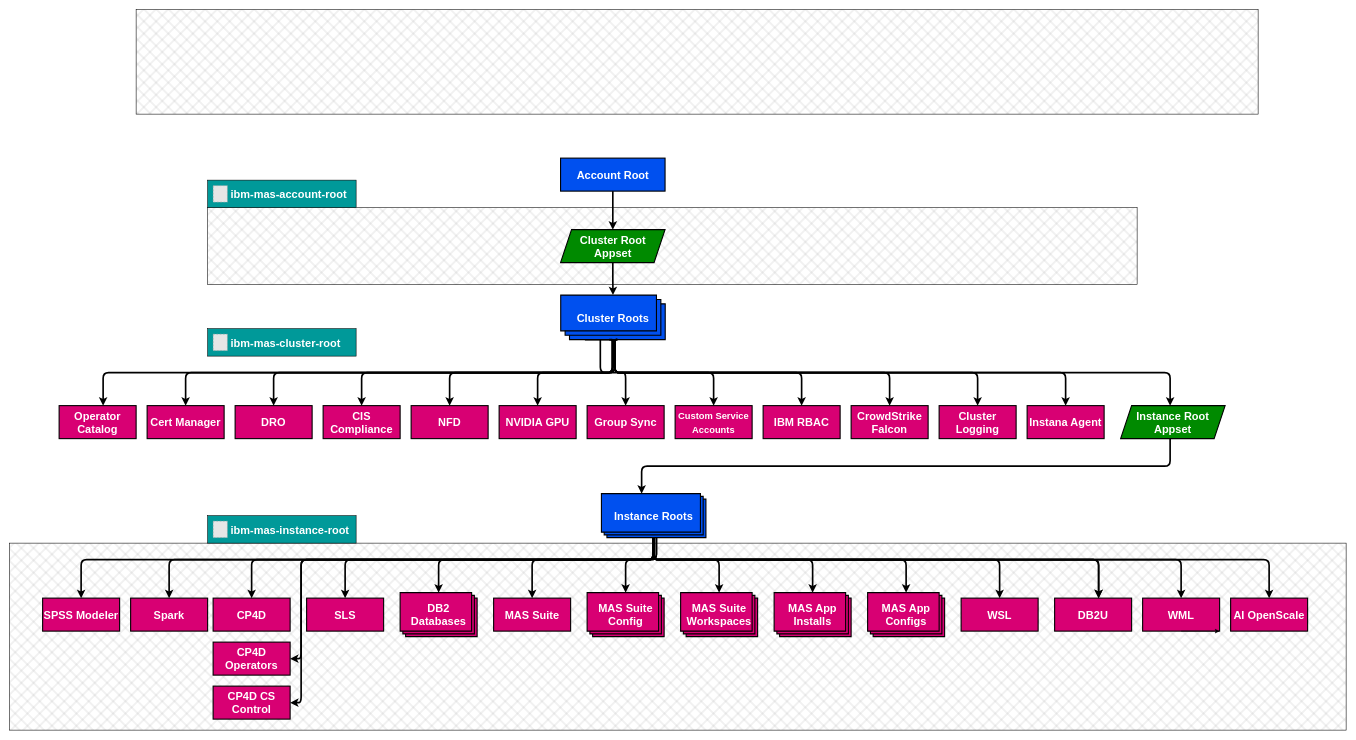
Above: docs/drawio/appstructure.drawio in ibm-mas/gitops (draw.io), before the change. Source tidied: cells renumbered, new cells numbered last; positions are measured from the earlier drawing's top-left corner, leaving out a move shared by most shapes. Both pictures are drawn from the tidied source at 55%, with x=0, y=0 at pixel (9, 9). Pictures stored in the file or linked from it are replaced by grey dashed boxes.
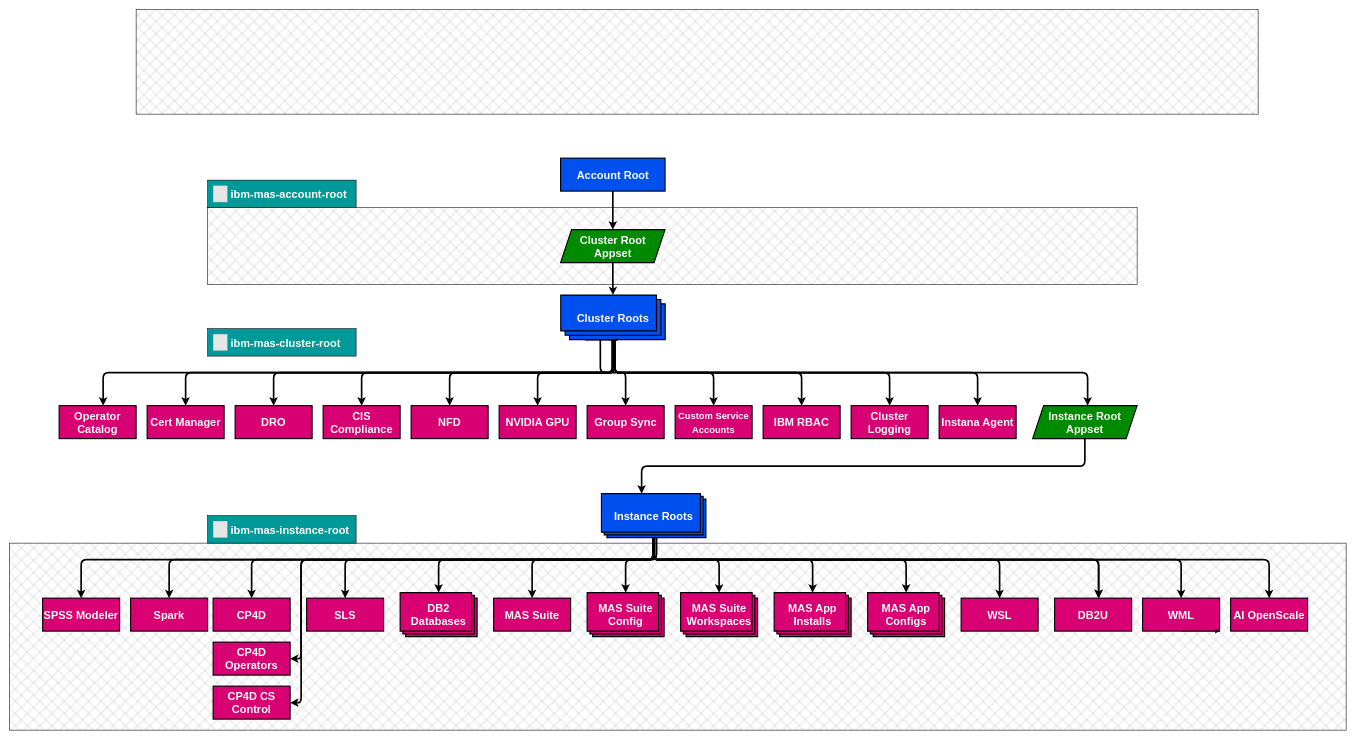
Above is the later version.

Commit message:
update app diagram

Unchanged cells that the change refers to:
```xml
<mxCell id="25" value="&lt;span style=&quot;color: rgb(255, 255, 255); font-family: Helvetica; font-size: 20px; font-style: normal; font-variant-ligatures: normal; font-variant-caps: normal; letter-spacing: normal; orphans: 2; text-indent: 0px; text-transform: none; widows: 2; word-spacing: 0px; -webkit-text-stroke-width: 0px; text-decoration-thickness: initial; text-decoration-style: initial; text-decoration-color: initial; float: none; display: inline !important;&quot;&gt;Cluster Roots&lt;/span&gt;" style="verticalLabelPosition=middle;verticalAlign=middle;html=1;shape=mxgraph.basic.layered_rect;dx=15.94;outlineConnect=0;fillColor=#0050ef;fontColor=#ffffff;strokeColor=#000000;labelPosition=center;align=center;labelBackgroundColor=none;whiteSpace=wrap;horizontal=1;fontStyle=1;fontSize=20;strokeWidth=2;spacing=0;" parent="1" vertex="1">
  <mxGeometry x="1002" y="519" width="190" height="81" as="geometry" />
</mxCell>
```

The edit, as a diff of the source:
```diff
@@
-    <mxCell id="8" style="edgeStyle=orthogonalEdgeStyle;html=1;strokeWidth=3;orthogonal=1;strokeColor=#000000;" parent="1" edge="1" source="9">
+    <mxCell id="8" style="edgeStyle=orthogonalEdgeStyle;html=1;strokeWidth=3;orthogonal=1;strokeColor=#000000;exitX=0.5;exitY=1;exitDx=0;exitDy=0;" parent="1" edge="1" source="9">
       <mxGeometry relative="1" as="geometry">
         <mxPoint x="1149.1" y="880" as="targetPoint" />
         <Array as="points">
-          <mxPoint x="2110" y="830" />
+          <mxPoint x="1955" y="830" />
           <mxPoint x="1149" y="830" />
         </Array>
       </mxGeometry>
     </mxCell>
     <mxCell id="9" value="Instance Root Appset" style="shape=parallelogram;perimeter=parallelogramPerimeter;whiteSpace=wrap;html=1;fixedSize=1;fillColor=#008a00;fontColor=#ffffff;strokeColor=#000000;fontStyle=1;fontSize=20;strokeWidth=2;align=center;spacing=0;" parent="1" vertex="1">
-      <mxGeometry x="2020" y="720" width="190" height="60" as="geometry" />
+      <mxGeometry x="1860" y="720" width="190" height="60" as="geometry" />
     </mxCell>
@@
     <mxCell id="24" style="edgeStyle=orthogonalEdgeStyle;html=1;strokeWidth=3;orthogonal=1;strokeColor=#000000;" parent="1" edge="1" target="9">
       <mxGeometry relative="1" as="geometry">
         <mxPoint x="1074" y="599" as="sourcePoint" />
         <Array as="points">
           <mxPoint x="1074" y="660" />
-          <mxPoint x="2110" y="660" />
+          <mxPoint x="1960" y="660" />
         </Array>
       </mxGeometry>
     </mxCell>
@@
-    <mxCell id="68" value="CrowdStrike Falcon" style="rounded=0;whiteSpace=wrap;html=1;fillColor=#d80073;strokeColor=#000000;fontColor=#ffffff;fontStyle=1;fontSize=20;strokeWidth=2;align=center;spacing=0;" parent="1" vertex="1">
-      <mxGeometry x="1530" y="720" width="140" height="60" as="geometry" />
-    </mxCell>
     <mxCell id="69" value="Cluster Logging" style="rounded=0;whiteSpace=wrap;html=1;fillColor=#d80073;strokeColor=#000000;fontColor=#ffffff;fontStyle=1;fontSize=20;strokeWidth=2;align=center;spacing=0;" parent="1" vertex="1">
-      <mxGeometry x="1690" y="720" width="140" height="60" as="geometry" />
+      <mxGeometry x="1530" y="720" width="140" height="60" as="geometry" />
     </mxCell>
@@
-    <mxCell id="71" style="edgeStyle=orthogonalEdgeStyle;html=1;strokeWidth=3;orthogonal=1;strokeColor=#000000;" parent="1" edge="1">
-      <mxGeometry relative="1" as="geometry">
-        <mxPoint x="1090" y="600" as="sourcePoint" />
-        <mxPoint x="1600" y="720" as="targetPoint" />
-        <Array as="points">
-          <mxPoint x="1100" y="600" />
-          <mxPoint x="1100" y="660" />
-          <mxPoint x="1600" y="660" />
-        </Array>
-      </mxGeometry>
-    </mxCell>
@@
-    <mxCell id="73" style="edgeStyle=orthogonalEdgeStyle;html=1;strokeWidth=3;orthogonal=1;strokeColor=#000000;" parent="1" edge="1">
+    <mxCell id="73" style="edgeStyle=orthogonalEdgeStyle;html=1;strokeWidth=3;orthogonal=1;strokeColor=#000000;entryX=0.5;entryY=0;entryDx=0;entryDy=0;" parent="1" edge="1" target="69">
       <mxGeometry relative="1" as="geometry">
         <mxPoint x="1100" y="600" as="sourcePoint" />
-        <mxPoint x="1760" y="720" as="targetPoint" />
         <Array as="points">
-          <mxPoint x="1100" y="600" />
           <mxPoint x="1100" y="660" />
-          <mxPoint x="1760" y="660" />
+          <mxPoint x="1600" y="660" />
         </Array>
       </mxGeometry>
     </mxCell>
-    <mxCell id="74" style="edgeStyle=orthogonalEdgeStyle;html=1;strokeWidth=3;orthogonal=1;strokeColor=#000000;exitX=0;exitY=0;exitDx=102.97;exitDy=81;exitPerimeter=0;" parent="1" edge="1" source="25">
+    <mxCell id="74" style="edgeStyle=orthogonalEdgeStyle;html=1;strokeWidth=3;orthogonal=1;strokeColor=#000000;exitX=0;exitY=0;exitDx=102.97;exitDy=81;exitPerimeter=0;entryX=0.5;entryY=0;entryDx=0;entryDy=0;" parent="1" edge="1" source="25" target="78">
       <mxGeometry relative="1" as="geometry">
-        <mxPoint x="1920" y="720" as="targetPoint" />
         <Array as="points">
           <mxPoint x="1100" y="600" />
           <mxPoint x="1100" y="660" />
-          <mxPoint x="1920" y="660" />
+          <mxPoint x="1760" y="660" />
         </Array>
       </mxGeometry>
     </mxCell>
@@
     <mxCell id="78" value="Instana Agent" style="rounded=0;whiteSpace=wrap;html=1;fillColor=#d80073;strokeColor=#000000;fontColor=#ffffff;fontStyle=1;fontSize=20;strokeWidth=2;align=center;spacing=0;" parent="1" vertex="1">
-      <mxGeometry x="1850" y="720" width="140" height="60" as="geometry" />
+      <mxGeometry x="1690" y="720" width="140" height="60" as="geometry" />
     </mxCell>
```
